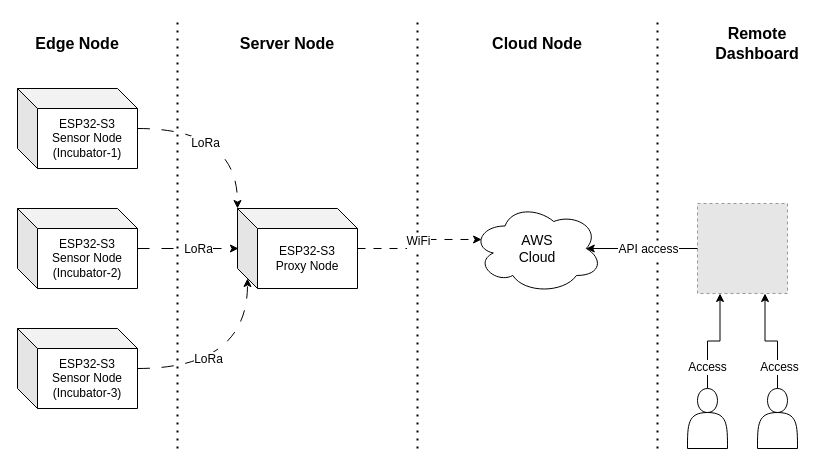
This is SystemContextDiagram_incubator.drawio from goblingift/DrawIO, a draw.io file, before an edit. Source tidied: cells renumbered, new cells numbered last; positions are measured from the earlier drawing's top-left corner, leaving out a move shared by most shapes. Both pictures are drawn from the tidied source at 100%, with x=0, y=0 at pixel (17, 18). Pictures stored in the file or linked from it are replaced by grey dashed boxes.
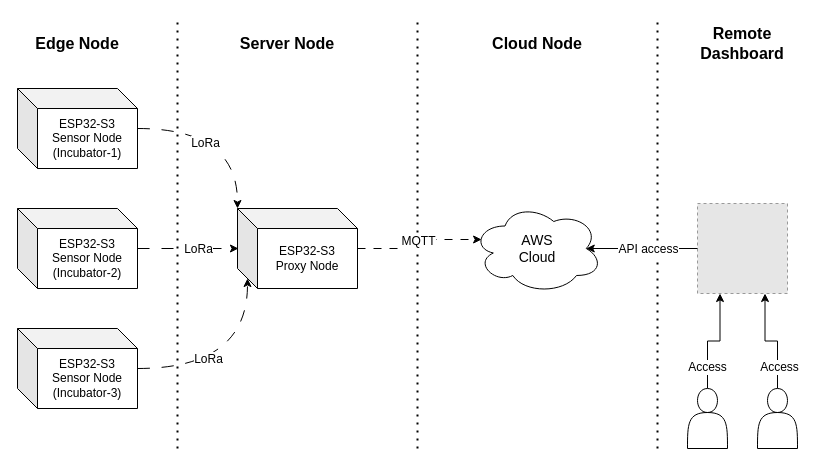
The same diagram, later.

Unchanged cells that the change refers to:
```xml
<mxCell id="29" style="edgeStyle=orthogonalEdgeStyle;rounded=0;jettySize=auto;html=1;entryX=0.07;entryY=0.4;entryDx=0;entryDy=0;entryPerimeter=0;dashed=1;dashPattern=8 8;" parent="1" edge="1" source="8" target="17">
  <mxGeometry relative="1" as="geometry" />
</mxCell>
```

The edit, as a diff of the source:
```diff
@@
     <mxCell id="19" value="Remote Dashboard" style="text;html=1;whiteSpace=wrap;strokeColor=none;fillColor=none;align=center;verticalAlign=middle;rounded=0;fontSize=16;fontStyle=1;" parent="1" vertex="1">
-      <mxGeometry x="690" y="10" width="100" height="30" as="geometry" />
+      <mxGeometry x="675" y="10" width="100" height="30" as="geometry" />
     </mxCell>
@@
-    <mxCell id="30" value="WiFi" style="edgeLabel;html=1;align=center;verticalAlign=middle;fontSize=12;" parent="29" vertex="1">
+    <mxCell id="30" value="MQTT" style="edgeLabel;html=1;align=center;verticalAlign=middle;fontSize=12;" parent="29" vertex="1">
       <mxGeometry x="0.28" y="-1" relative="1" as="geometry">
         <mxPoint x="-16" as="offset" />
       </mxGeometry>
     </mxCell>
```
